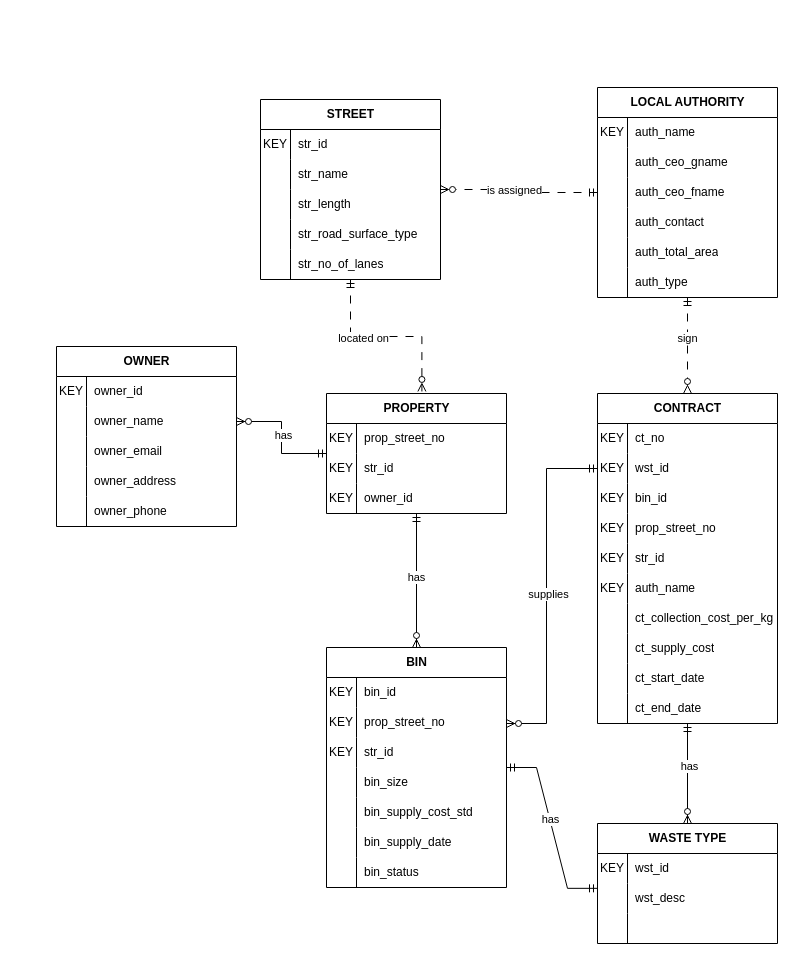
The draw.io diagram page "Non-key attributes" (3 of 3) of Assignments/Ass1/ca_conceptual.drawio in aanv0002/bigrig-movers-sql-database, before the edit. Source tidied: cells renumbered, new cells numbered last; positions are measured from the earlier drawing's top-left corner, leaving out a move shared by most shapes. Both pictures are drawn from the tidied source at 100%, with x=0, y=0 at pixel (56, 87).
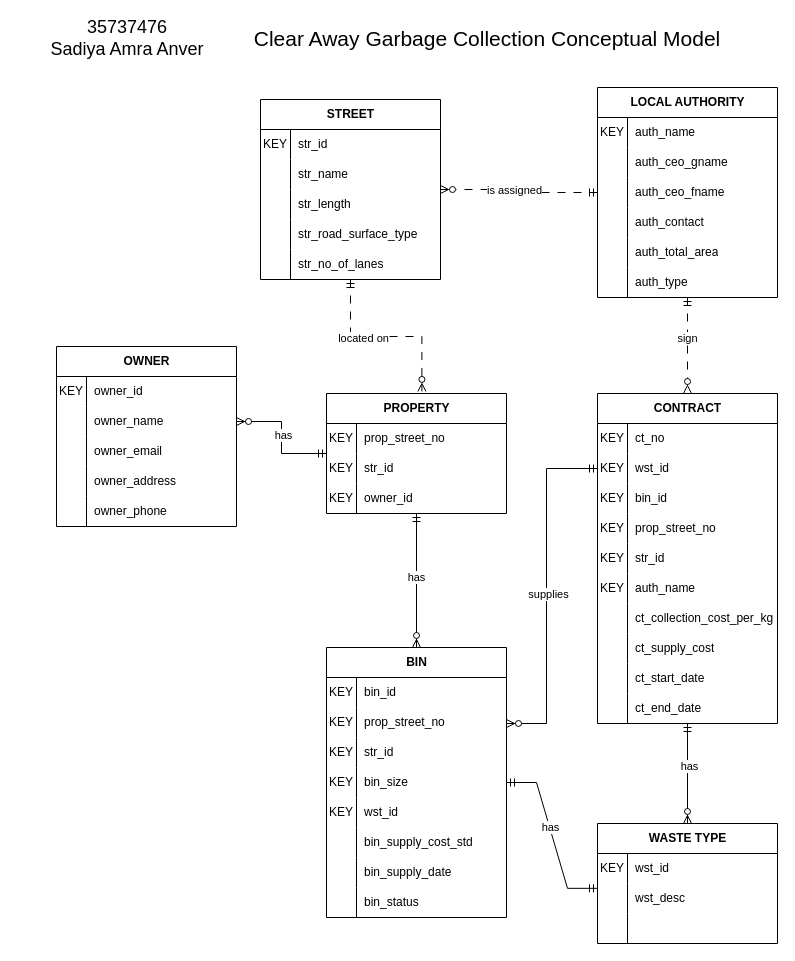
The same page after the edit.

Commit message (it also covers changes not shown here):
Added name, student id and heading to Model, added missing key attrubute to BIN - waste type id.

Unchanged cells that the change refers to:
```xml
<mxCell id="73" style="shape=tableRow;horizontal=0;startSize=0;swimlaneHead=0;swimlaneBody=0;fillColor=none;top=0;left=0;right=0;bottom=0;" parent="63" vertex="1">
  <mxGeometry y="120" width="180" height="30" as="geometry" />
</mxCell>
<mxCell id="76" style="shape=tableRow;horizontal=0;startSize=0;swimlaneHead=0;swimlaneBody=0;fillColor=none;top=0;left=0;right=0;bottom=0;" parent="63" vertex="1">
  <mxGeometry y="150" width="180" height="30" as="geometry" />
</mxCell>
<mxCell id="79" style="shape=tableRow;horizontal=0;startSize=0;swimlaneHead=0;swimlaneBody=0;fillColor=none;top=0;left=0;right=0;bottom=0;" parent="63" vertex="1">
  <mxGeometry y="180" width="180" height="30" as="geometry" />
</mxCell>
<mxCell id="82" style="shape=tableRow;horizontal=0;startSize=0;swimlaneHead=0;swimlaneBody=0;fillColor=none;top=0;left=0;right=0;bottom=0;" parent="63" vertex="1">
  <mxGeometry y="210" width="180" height="30" as="geometry" />
</mxCell>
```

Diff of the diagram source:
```diff
@@
     <mxCell id="63" value="BIN" style="shape=table;startSize=30;childLayout=tableLayout;rowLines=0;fontStyle=1;align=center;html=1;" parent="1" vertex="1">
-      <mxGeometry x="270" y="560" width="180" height="240" as="geometry" />
+      <mxGeometry x="270" y="560" width="180" height="270" as="geometry" />
     </mxCell>
@@
-    <mxCell id="74" style="shape=partialRectangle;fillColor=none;top=0;left=0;bottom=0;right=0;overflow=hidden;whiteSpace=wrap;html=1;" parent="73" vertex="1">
+    <mxCell id="74" value="KEY" style="shape=partialRectangle;fillColor=none;top=0;left=0;bottom=0;right=0;overflow=hidden;whiteSpace=wrap;html=1;" parent="73" vertex="1">
       <mxGeometry width="30" height="30" as="geometry" />
     </mxCell>
@@
-    <mxCell id="77" style="shape=partialRectangle;fillColor=none;top=0;left=0;bottom=0;right=0;overflow=hidden;whiteSpace=wrap;html=1;" parent="76" vertex="1">
+    <mxCell id="77" value="KEY" style="shape=partialRectangle;fillColor=none;top=0;left=0;bottom=0;right=0;overflow=hidden;whiteSpace=wrap;html=1;" parent="76" vertex="1">
       <mxGeometry width="30" height="30" as="geometry" />
     </mxCell>
-    <mxCell id="78" value="bin_supply_cost_std" style="shape=partialRectangle;fillColor=none;top=0;left=0;bottom=0;right=0;align=left;spacingLeft=6;overflow=hidden;whiteSpace=wrap;html=1;" parent="76" vertex="1">
+    <mxCell id="78" value="wst_id" style="shape=partialRectangle;fillColor=none;top=0;left=0;bottom=0;right=0;align=left;spacingLeft=6;overflow=hidden;whiteSpace=wrap;html=1;" parent="76" vertex="1">
       <mxGeometry x="30" width="150" height="30" as="geometry" />
     </mxCell>
@@
-    <mxCell id="81" value="bin_supply_date" style="shape=partialRectangle;fillColor=none;top=0;left=0;bottom=0;right=0;align=left;spacingLeft=6;overflow=hidden;whiteSpace=wrap;html=1;" parent="79" vertex="1">
+    <mxCell id="81" value="bin_supply_cost_std" style="shape=partialRectangle;fillColor=none;top=0;left=0;bottom=0;right=0;align=left;spacingLeft=6;overflow=hidden;whiteSpace=wrap;html=1;" parent="79" vertex="1">
       <mxGeometry x="30" width="150" height="30" as="geometry" />
     </mxCell>
@@
-    <mxCell id="84" value="bin_status" style="shape=partialRectangle;fillColor=none;top=0;left=0;bottom=0;right=0;align=left;spacingLeft=6;overflow=hidden;whiteSpace=wrap;html=1;" parent="82" vertex="1">
+    <mxCell id="84" value="bin_supply_date" style="shape=partialRectangle;fillColor=none;top=0;left=0;bottom=0;right=0;align=left;spacingLeft=6;overflow=hidden;whiteSpace=wrap;html=1;" parent="82" vertex="1">
       <mxGeometry x="30" width="150" height="30" as="geometry" />
     </mxCell>
+    <mxCell id="142" style="shape=tableRow;horizontal=0;startSize=0;swimlaneHead=0;swimlaneBody=0;fillColor=none;top=0;left=0;right=0;bottom=0;" parent="63" vertex="1">
+      <mxGeometry y="240" width="180" height="30" as="geometry" />
+    </mxCell>
+    <mxCell id="143" style="shape=partialRectangle;fillColor=none;top=0;left=0;bottom=0;right=0;overflow=hidden;whiteSpace=wrap;html=1;" parent="142" vertex="1">
+      <mxGeometry width="30" height="30" as="geometry" />
+    </mxCell>
+    <mxCell id="144" value="bin_status" style="shape=partialRectangle;fillColor=none;top=0;left=0;bottom=0;right=0;align=left;spacingLeft=6;overflow=hidden;whiteSpace=wrap;html=1;" parent="142" vertex="1">
+      <mxGeometry x="30" width="150" height="30" as="geometry" />
+    </mxCell>
@@
+    <mxCell id="145" value="35737476&lt;div&gt;Sadiya Amra Anver&lt;/div&gt;" style="text;html=1;whiteSpace=wrap;strokeColor=none;fillColor=none;align=center;verticalAlign=middle;rounded=0;fontSize=18;" parent="1" vertex="1">
+      <mxGeometry x="-39" y="-64" width="220" height="30" as="geometry" />
+    </mxCell>
+    <mxCell id="146" value="Clear Away Garbage Collection Conceptual Model" style="text;html=1;whiteSpace=wrap;strokeColor=none;fillColor=none;align=center;verticalAlign=middle;rounded=0;fontSize=21;" parent="1" vertex="1">
+      <mxGeometry x="171" y="-64" width="520" height="30" as="geometry" />
+    </mxCell>
```
